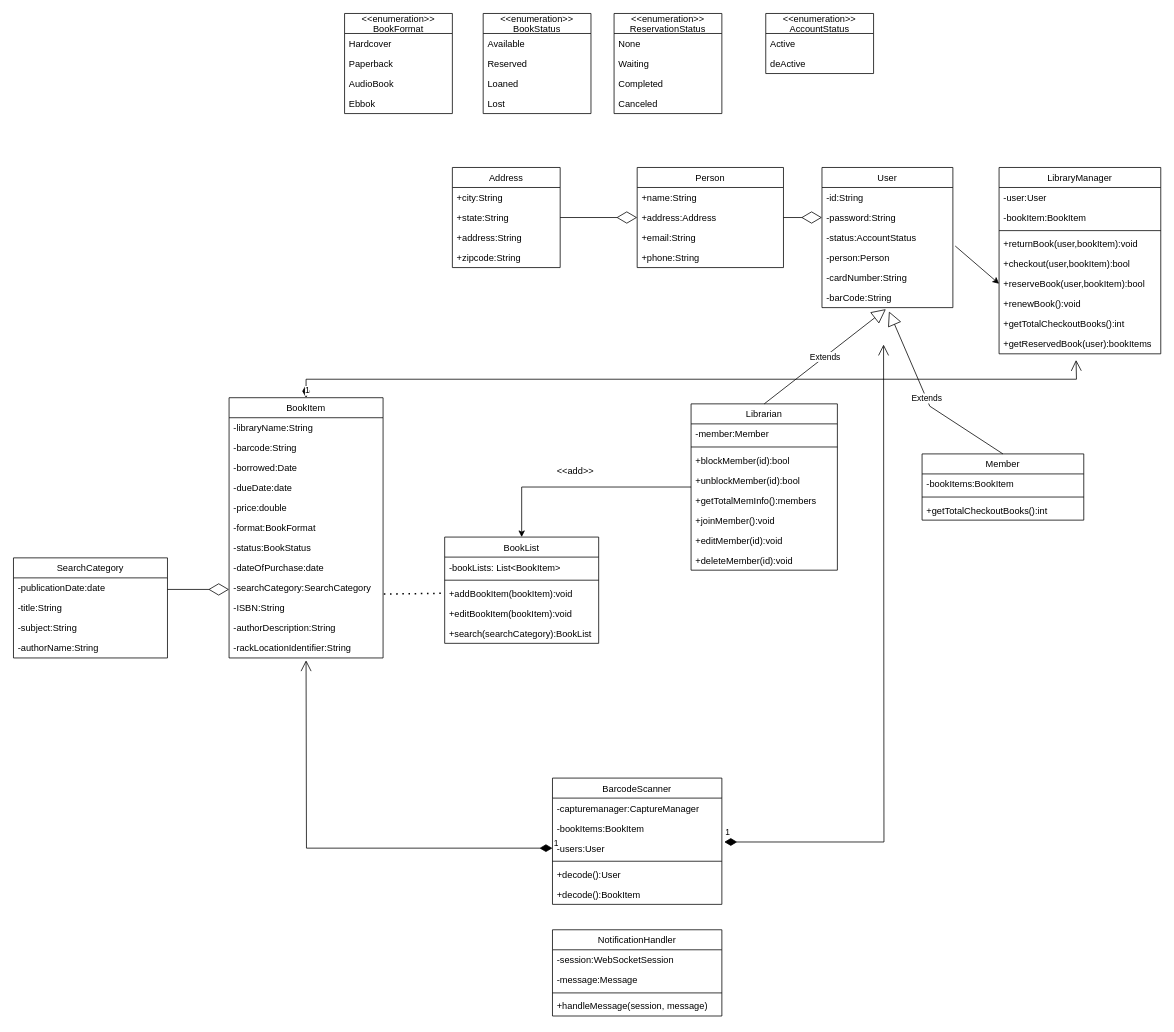
This is page "클래스다이어그램" (1 of 3) of Library.drawio from gogogo191/becomeadeveloper, a draw.io file, before an edit. Source tidied: cells renumbered, new cells numbered last; positions are measured from the earlier drawing's top-left corner, leaving out a move shared by most shapes. Both pictures are drawn from the tidied source at 77%, with x=0, y=0 at pixel (13, 13).
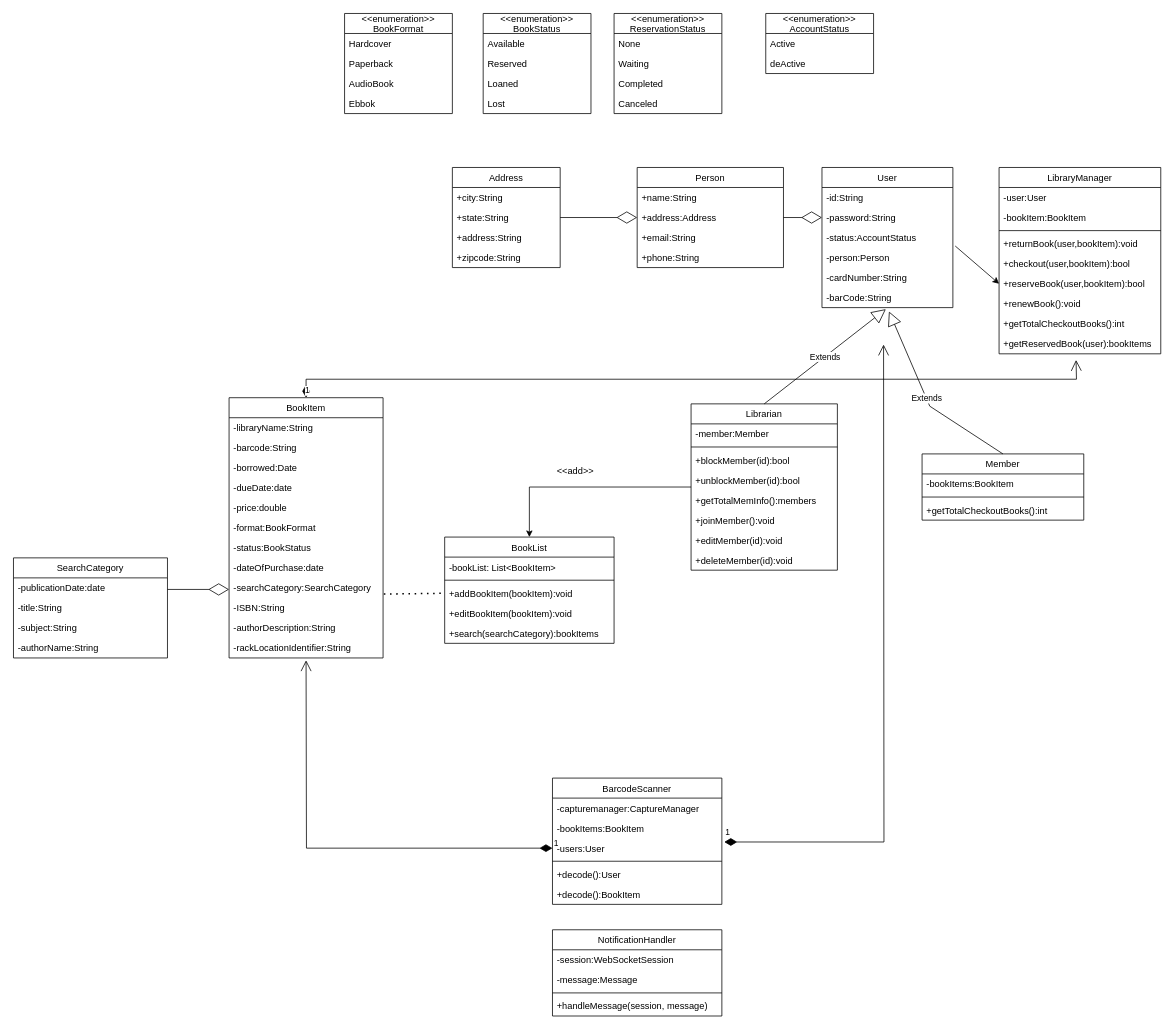
Above is the later version.

What changed in the source:
```diff
@@
     <mxCell id="60" value="BookList" style="swimlane;fontStyle=0;horizontal=1;startSize=26;fillColor=none;" parent="1" vertex="1">
-      <mxGeometry x="560" y="680" width="200" height="138" as="geometry" />
+      <mxGeometry x="560" y="680" width="220" height="138" as="geometry" />
     </mxCell>
-    <mxCell id="61" value="-bookLists: List&lt;BookItem&gt;" style="text;strokeColor=none;fillColor=none;align=left;verticalAlign=top;spacingLeft=4;spacingRight=4;overflow=hidden;" parent="60" vertex="1">
-      <mxGeometry y="26" width="200" height="26" as="geometry" />
+    <mxCell id="61" value="-bookList: List&lt;BookItem&gt;" style="text;strokeColor=none;fillColor=none;align=left;verticalAlign=top;spacingLeft=4;spacingRight=4;overflow=hidden;" parent="60" vertex="1">
+      <mxGeometry y="26" width="220" height="26" as="geometry" />
     </mxCell>
     <mxCell id="62" style="line;strokeWidth=1;fillColor=none;align=left;verticalAlign=middle;spacingTop=-1;spacingLeft=3;spacingRight=3;labelPosition=right;" parent="60" vertex="1">
-      <mxGeometry y="52" width="200" height="8" as="geometry" />
+      <mxGeometry y="52" width="220" height="8" as="geometry" />
     </mxCell>
     <mxCell id="63" value="+addBookItem(bookItem):void" style="text;strokeColor=none;fillColor=none;align=left;verticalAlign=top;spacingLeft=4;spacingRight=4;overflow=hidden;points=[[0,0.5],[1,0.5]];portConstraint=eastwest;" parent="60" vertex="1">
-      <mxGeometry y="60" width="200" height="26" as="geometry" />
+      <mxGeometry y="60" width="220" height="26" as="geometry" />
     </mxCell>
     <mxCell id="64" value="+editBookItem(bookItem):void" style="text;strokeColor=none;fillColor=none;align=left;verticalAlign=top;spacingLeft=4;spacingRight=4;overflow=hidden;" parent="60" vertex="1">
-      <mxGeometry y="86" width="200" height="26" as="geometry" />
+      <mxGeometry y="86" width="220" height="26" as="geometry" />
     </mxCell>
-    <mxCell id="65" value="+search(searchCategory):BookList" style="text;strokeColor=none;fillColor=none;align=left;verticalAlign=top;spacingLeft=4;spacingRight=4;overflow=hidden;" parent="60" vertex="1">
-      <mxGeometry y="112" width="200" height="26" as="geometry" />
+    <mxCell id="65" value="+search(searchCategory):bookItems" style="text;strokeColor=none;fillColor=none;align=left;verticalAlign=top;spacingLeft=4;spacingRight=4;overflow=hidden;" parent="60" vertex="1">
+      <mxGeometry y="112" width="220" height="26" as="geometry" />
     </mxCell>
```
